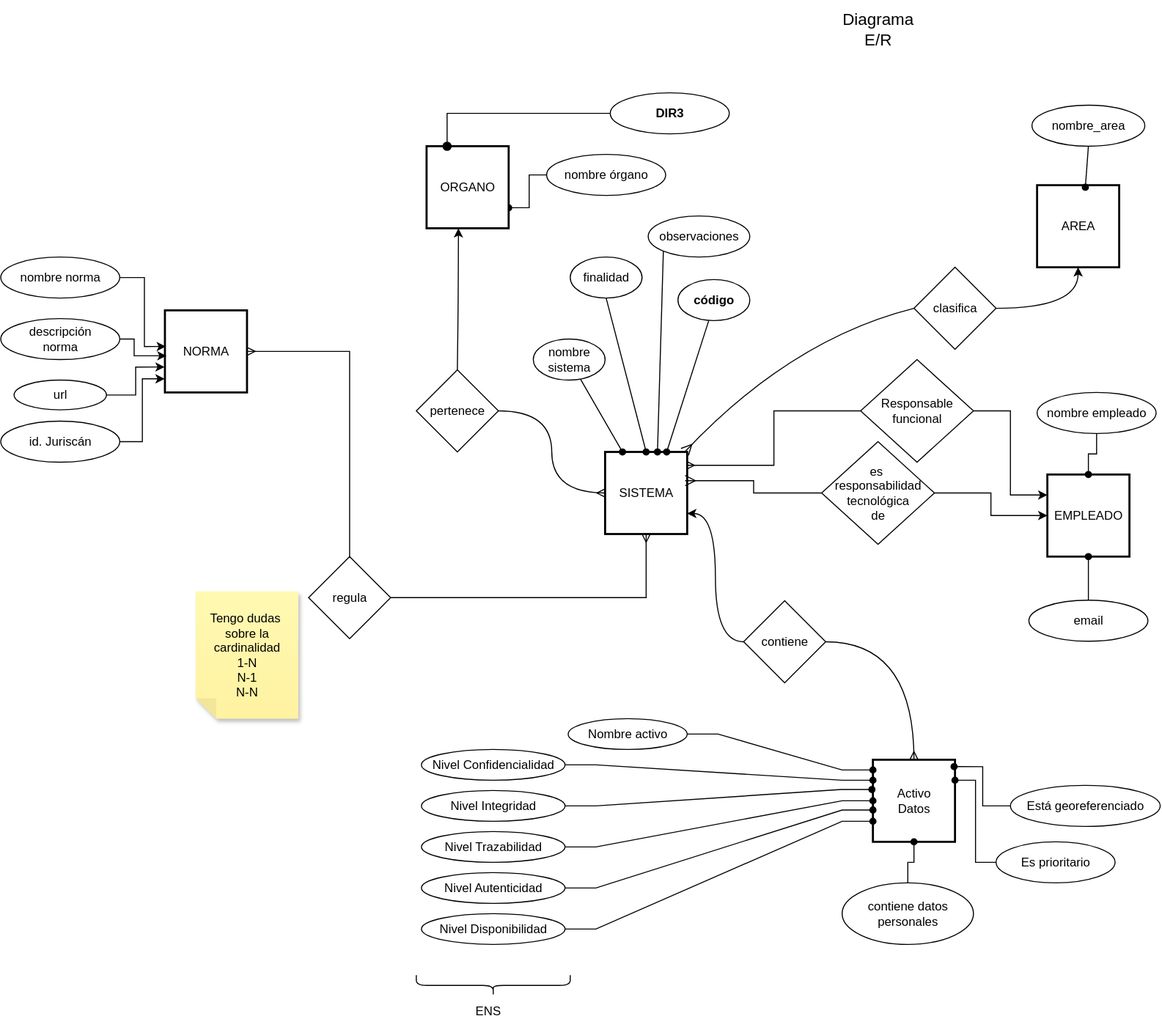
Earlier version of the draw.io export docs/ISIs.drawio.svg (euribates/issi). Source tidied: cells renumbered, new cells last; positions are measured from the earlier drawing's top-left corner, leaving out a move shared by most shapes.
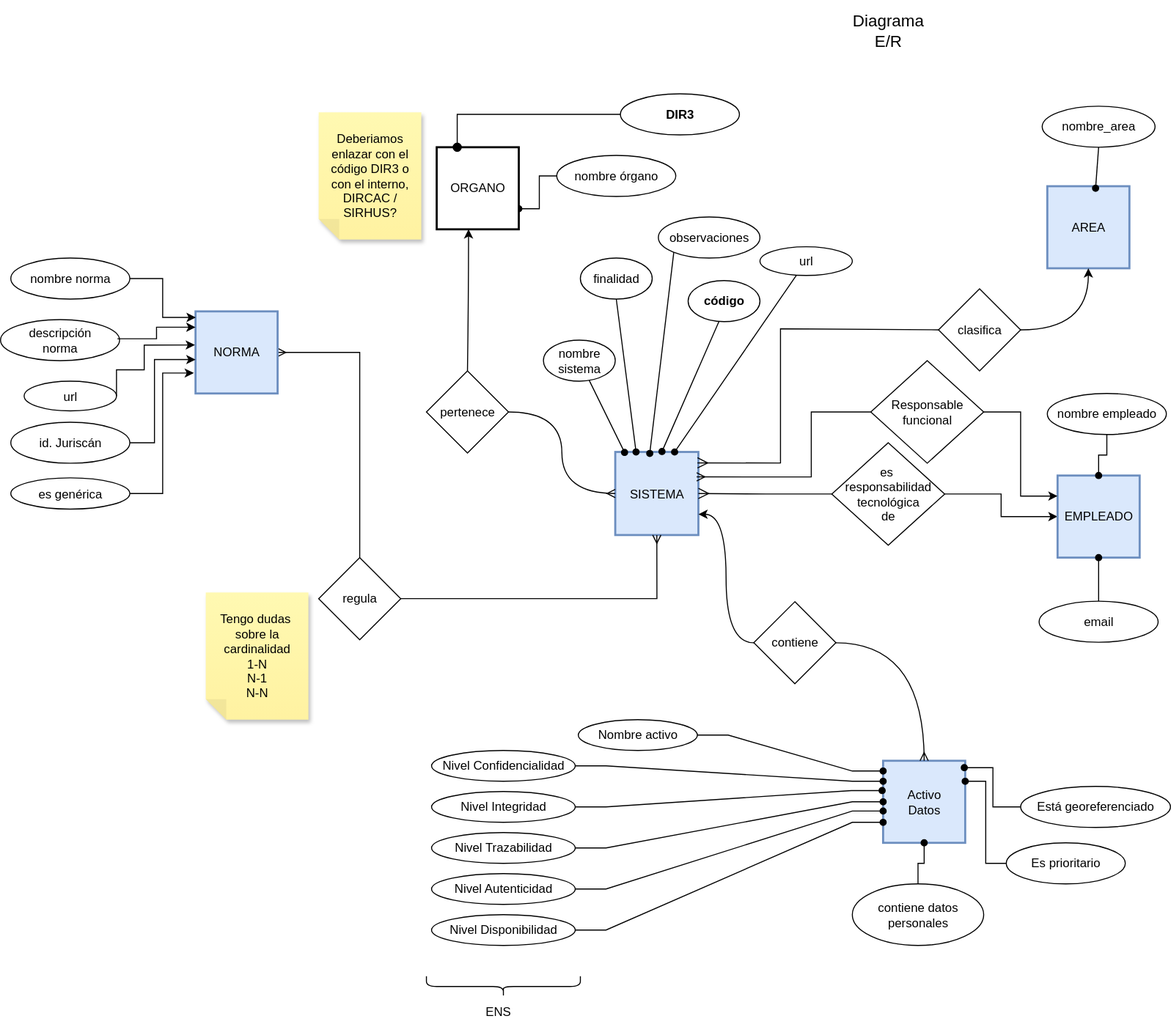
After the change.

Diff of the diagram source:
```diff
@@ -5,8 +5,8 @@
     <mxCell id="2" style="endArrow=none;html=1;rounded=0;strokeColor=none;edgeStyle=orthogonalEdgeStyle;curved=1;entryX=0;entryY=0.5;entryDx=0;entryDy=0;" parent="1" edge="1" source="3" target="26">
       <mxGeometry relative="1" as="geometry" />
     </mxCell>
-    <mxCell id="3" value="SISTEMA" style="whiteSpace=wrap;html=1;strokeWidth=2;" parent="1" vertex="1">
-      <mxGeometry x="589" y="441" width="80" height="80" as="geometry" />
+    <mxCell id="3" value="SISTEMA" style="whiteSpace=wrap;html=1;strokeWidth=2;fillColor=#dae8fc;strokeColor=#6c8ebf;" parent="1" vertex="1">
+      <mxGeometry x="589" y="440" width="81" height="81" as="geometry" />
     </mxCell>
     <mxCell id="4" value="&lt;div&gt;finalidad&lt;/div&gt;" style="ellipse;whiteSpace=wrap;html=1;" parent="1" vertex="1">
       <mxGeometry x="555" y="251" width="70" height="40" as="geometry" />
@@ -35,17 +35,19 @@
     <mxCell id="12" value="&lt;div&gt;&lt;br&gt;&lt;/div&gt;&lt;div&gt;&lt;br&gt;&lt;/div&gt;" style="edgeLabel;html=1;align=center;verticalAlign=middle;" parent="11" vertex="1">
       <mxGeometry x="0.52" y="-3" relative="1" as="geometry" />
     </mxCell>
-    <mxCell id="13" style="edgeStyle=none;curved=1;rounded=0;jettySize=auto;html=1;fontSize=12;startSize=8;endSize=8;exitX=0;exitY=0.5;exitDx=0;exitDy=0;exitPerimeter=0;endArrow=ERmany;endFill=0;" parent="1" edge="1" source="14" target="3">
+    <mxCell id="13" style="edgeStyle=orthogonalEdgeStyle;rounded=0;jettySize=auto;html=1;fontSize=12;startSize=8;endSize=8;exitX=0;exitY=0.5;exitDx=0;exitDy=0;exitPerimeter=0;endArrow=ERmany;endFill=0;entryX=0.989;entryY=0.132;entryDx=0;entryDy=0;entryPerimeter=0;" parent="1" edge="1" source="14" target="3">
       <mxGeometry relative="1" as="geometry">
         <Array as="points">
-          <mxPoint x="770" y="331" />
+          <mxPoint x="904" y="320" />
+          <mxPoint x="750" y="320" />
+          <mxPoint x="750" y="451" />
         </Array>
       </mxGeometry>
     </mxCell>
     <mxCell id="14" value="clasifica" style="rhombus;whiteSpace=wrap;html=1;" parent="1" vertex="1">
-      <mxGeometry x="890" y="261" width="80" height="80" as="geometry" />
+      <mxGeometry x="904" y="281" width="80" height="80" as="geometry" />
     </mxCell>
-    <mxCell id="15" value="AREA" style="whiteSpace=wrap;html=1;strokeWidth=2;" parent="1" vertex="1">
+    <mxCell id="15" value="AREA" style="whiteSpace=wrap;html=1;strokeWidth=2;fillColor=#dae8fc;strokeColor=#6c8ebf;" parent="1" vertex="1">
       <mxGeometry x="1010" y="181" width="80" height="80" as="geometry" />
     </mxCell>
     <mxCell id="16" value="nombre_area" style="ellipse;whiteSpace=wrap;html=1;" parent="1" vertex="1">
@@ -54,10 +56,10 @@
     <mxCell id="17" style="endArrow=none;html=1;rounded=0;exitX=0.588;exitY=0.025;exitDx=0;exitDy=0;exitPerimeter=0;entryX=0.5;entryY=1;entryDx=0;entryDy=0;endFill=0;startArrow=oval;startFill=1;" parent="1" edge="1" source="15" target="16">
       <mxGeometry relative="1" as="geometry" />
     </mxCell>
-    <mxCell id="18" style="endArrow=none;html=1;rounded=0;exitX=0.5;exitY=0;exitDx=0;exitDy=0;entryX=0.5;entryY=1;entryDx=0;entryDy=0;endFill=0;startArrow=oval;startFill=1;" parent="1" edge="1" source="3" target="4">
+    <mxCell id="18" style="endArrow=none;html=1;rounded=0;exitX=0.25;exitY=0;exitDx=0;exitDy=0;entryX=0.5;entryY=1;entryDx=0;entryDy=0;endFill=0;startArrow=oval;startFill=1;" parent="1" edge="1" source="3" target="4">
       <mxGeometry relative="1" as="geometry" />
     </mxCell>
-    <mxCell id="19" style="endArrow=none;html=1;rounded=0;exitX=0.638;exitY=0;exitDx=0;exitDy=0;entryX=0;entryY=1;entryDx=0;entryDy=0;exitPerimeter=0;endFill=0;startArrow=oval;startFill=1;" parent="1" edge="1" source="3" target="5">
+    <mxCell id="19" style="endArrow=none;html=1;rounded=0;exitX=0.415;exitY=0.018;exitDx=0;exitDy=0;entryX=0;entryY=1;entryDx=0;entryDy=0;exitPerimeter=0;endFill=0;startArrow=oval;startFill=1;" parent="1" edge="1" source="3" target="5">
       <mxGeometry relative="1" as="geometry" />
     </mxCell>
     <mxCell id="20" style="endArrow=classic;html=1;rounded=0;exitX=1;exitY=0.5;exitDx=0;exitDy=0;entryX=0.5;entryY=1;entryDx=0;entryDy=0;endFill=1;edgeStyle=orthogonalEdgeStyle;curved=1;" parent="1" edge="1" source="14" target="15">
@@ -69,12 +71,12 @@
     <mxCell id="22" value="código" style="ellipse;whiteSpace=wrap;html=1;fontStyle=1;" parent="1" vertex="1">
       <mxGeometry x="660" y="273" width="70" height="40" as="geometry" />
     </mxCell>
-    <mxCell id="23" style="endArrow=none;html=1;rounded=0;endFill=0;startArrow=oval;startFill=1;exitX=0.75;exitY=0;exitDx=0;exitDy=0;" parent="1" edge="1" source="3">
+    <mxCell id="23" style="endArrow=none;html=1;rounded=0;endFill=0;startArrow=oval;startFill=1;exitX=0.562;exitY=-0.005;exitDx=0;exitDy=0;exitPerimeter=0;" parent="1" edge="1" source="3">
       <mxGeometry relative="1" as="geometry">
         <mxPoint x="690" y="313" as="targetPoint" />
       </mxGeometry>
     </mxCell>
-    <mxCell id="24" style="edgeStyle=elbowEdgeStyle;rounded=0;jettySize=auto;html=1;entryX=0.975;entryY=0.35;entryDx=0;entryDy=0;fontSize=12;startSize=8;endSize=8;endArrow=ERmany;endFill=0;startArrow=none;startFill=0;entryPerimeter=0;" parent="1" edge="1" source="26" target="3">
+    <mxCell id="24" style="edgeStyle=elbowEdgeStyle;rounded=0;jettySize=auto;html=1;fontSize=12;startSize=8;endSize=8;endArrow=ERmany;endFill=0;startArrow=none;startFill=0;" parent="1" edge="1" source="26" target="3">
       <mxGeometry relative="1" as="geometry" />
     </mxCell>
     <mxCell id="25" style="edgeStyle=elbowEdgeStyle;rounded=0;jettySize=auto;html=1;entryX=0;entryY=0.5;entryDx=0;entryDy=0;exitX=1;exitY=0.5;exitDx=0;exitDy=0;" parent="1" edge="1" source="26" target="27">
@@ -87,7 +89,7 @@
     <mxCell id="26" value="&lt;div&gt;es&amp;nbsp;&lt;/div&gt;&lt;div&gt;responsabilidad&lt;/div&gt;&lt;div&gt;tecnológica&lt;/div&gt;&lt;div&gt;de&lt;/div&gt;" style="rhombus;whiteSpace=wrap;html=1;" parent="1" vertex="1">
       <mxGeometry x="800" y="431" width="110" height="100" as="geometry" />
     </mxCell>
-    <mxCell id="27" value="EMPLEADO" style="whiteSpace=wrap;html=1;strokeWidth=2;" parent="1" vertex="1">
+    <mxCell id="27" value="EMPLEADO" style="whiteSpace=wrap;html=1;strokeWidth=2;fillColor=#dae8fc;strokeColor=#6c8ebf;" parent="1" vertex="1">
       <mxGeometry x="1020" y="463" width="80" height="80" as="geometry" />
     </mxCell>
     <mxCell id="28" style="edgeStyle=orthogonalEdgeStyle;rounded=0;jettySize=auto;html=1;entryX=0.25;entryY=0;entryDx=0;entryDy=0;fontSize=12;startSize=8;endSize=8;endArrow=oval;endFill=1;" parent="1" edge="1" source="29" target="7">
@@ -108,7 +110,7 @@
     <mxCell id="33" value="&lt;div&gt;email&lt;/div&gt;" style="ellipse;whiteSpace=wrap;html=1;" parent="1" vertex="1">
       <mxGeometry x="1002" y="585.5" width="116" height="40" as="geometry" />
     </mxCell>
-    <mxCell id="34" value="&lt;div&gt;Activo&lt;/div&gt;&lt;div&gt;Datos&lt;/div&gt;" style="whiteSpace=wrap;html=1;strokeWidth=2;" parent="1" vertex="1">
+    <mxCell id="34" value="&lt;div&gt;Activo&lt;/div&gt;&lt;div&gt;Datos&lt;/div&gt;" style="whiteSpace=wrap;html=1;strokeWidth=2;fillColor=#dae8fc;strokeColor=#6c8ebf;" parent="1" vertex="1">
       <mxGeometry x="850" y="741" width="80" height="80" as="geometry" />
     </mxCell>
     <mxCell id="35" style="edgeStyle=orthogonalEdgeStyle;rounded=0;jettySize=auto;html=1;entryX=1;entryY=0.75;entryDx=0;entryDy=0;curved=1;" parent="1" edge="1" source="37" target="3">
@@ -134,7 +136,7 @@
     <mxCell id="41" value="&lt;div&gt;Nivel Confidencialidad&lt;/div&gt;" style="ellipse;whiteSpace=wrap;html=1;" parent="1" vertex="1">
       <mxGeometry x="410" y="731" width="140" height="30" as="geometry" />
     </mxCell>
-    <mxCell id="42" style="endArrow=none;html=1;rounded=0;endFill=0;startArrow=oval;startFill=1;" parent="1" edge="1" source="3" target="43">
+    <mxCell id="42" style="endArrow=none;html=1;rounded=0;endFill=0;startArrow=oval;startFill=1;exitX=0.112;exitY=0.006;exitDx=0;exitDy=0;exitPerimeter=0;" parent="1" edge="1" source="3" target="43">
       <mxGeometry relative="1" as="geometry" />
     </mxCell>
     <mxCell id="43" value="nombre sistema" style="ellipse;whiteSpace=wrap;html=1;" parent="1" vertex="1">
@@ -184,8 +186,13 @@
     <mxCell id="57" value="&lt;div&gt;Responsable&lt;/div&gt;&lt;div&gt;funcional&lt;/div&gt;" style="rhombus;whiteSpace=wrap;html=1;" parent="1" vertex="1">
       <mxGeometry x="838" y="351" width="110" height="100" as="geometry" />
     </mxCell>
-    <mxCell id="58" style="edgeStyle=orthogonalEdgeStyle;rounded=0;jettySize=auto;html=1;entryX=0.988;entryY=0.163;entryDx=0;entryDy=0;entryPerimeter=0;startArrow=none;startFill=0;endArrow=ERmany;endFill=0;" parent="1" edge="1" source="57" target="3">
-      <mxGeometry relative="1" as="geometry" />
+    <mxCell id="58" style="edgeStyle=orthogonalEdgeStyle;rounded=0;jettySize=auto;html=1;entryX=0.979;entryY=0.3;entryDx=0;entryDy=0;entryPerimeter=0;startArrow=none;startFill=0;endArrow=ERmany;endFill=0;" parent="1" edge="1" source="57" target="3">
+      <mxGeometry relative="1" as="geometry">
+        <Array as="points">
+          <mxPoint x="780" y="401" />
+          <mxPoint x="780" y="464" />
+        </Array>
+      </mxGeometry>
     </mxCell>
     <mxCell id="59" style="edgeStyle=orthogonalEdgeStyle;rounded=0;jettySize=auto;html=1;entryX=0.5;entryY=0;entryDx=0;entryDy=0;startArrow=ERmany;startFill=0;endArrow=none;endFill=0;exitX=1;exitY=0.5;exitDx=0;exitDy=0;" parent="1" edge="1" source="66" target="61">
       <mxGeometry relative="1" as="geometry">
@@ -212,14 +219,14 @@
     <mxCell id="65" style="edgeStyle=orthogonalEdgeStyle;rounded=0;jettySize=auto;html=1;entryX=0.989;entryY=0.084;entryDx=0;entryDy=0;entryPerimeter=0;endArrow=oval;endFill=1;" parent="1" edge="1" source="64" target="34">
       <mxGeometry relative="1" as="geometry" />
     </mxCell>
-    <mxCell id="66" value="NORMA" style="whiteSpace=wrap;html=1;strokeWidth=2;" parent="1" vertex="1">
-      <mxGeometry x="160" y="303" width="80" height="80" as="geometry" />
+    <mxCell id="66" value="NORMA" style="whiteSpace=wrap;html=1;strokeWidth=2;fillColor=#dae8fc;strokeColor=#6c8ebf;" parent="1" vertex="1">
+      <mxGeometry x="180" y="303" width="80" height="80" as="geometry" />
     </mxCell>
     <mxCell id="67" value="&lt;div&gt;nombre norma&lt;/div&gt;" style="ellipse;whiteSpace=wrap;html=1;" parent="1" vertex="1">
       <mxGeometry y="251" width="116" height="40" as="geometry" />
     </mxCell>
     <mxCell id="68" value="descripción&lt;br&gt;norma" style="ellipse;whiteSpace=wrap;html=1;" parent="1" vertex="1">
-      <mxGeometry y="311" width="116" height="40" as="geometry" />
+      <mxGeometry x="-10" y="311" width="116" height="40" as="geometry" />
     </mxCell>
     <mxCell id="69" value="url" style="ellipse;whiteSpace=wrap;html=1;" parent="1" vertex="1">
       <mxGeometry x="13" y="371" width="90" height="29" as="geometry" />
@@ -227,30 +234,45 @@
     <mxCell id="70" value="id. Juriscán" style="ellipse;whiteSpace=wrap;html=1;" parent="1" vertex="1">
       <mxGeometry y="411" width="116" height="40" as="geometry" />
     </mxCell>
-    <mxCell id="71" style="edgeStyle=orthogonalEdgeStyle;rounded=0;jettySize=auto;html=1;entryX=0.012;entryY=0.44;entryDx=0;entryDy=0;entryPerimeter=0;" parent="1" edge="1" source="67" target="66">
-      <mxGeometry relative="1" as="geometry">
-        <Array as="points">
-          <mxPoint x="140" y="271" />
-          <mxPoint x="140" y="338" />
-        </Array>
-      </mxGeometry>
+    <mxCell id="71" style="rounded=0;jettySize=auto;html=1;exitX=1;exitY=0.5;exitDx=0;exitDy=0;edgeStyle=elbowEdgeStyle;entryX=0.003;entryY=0.074;entryDx=0;entryDy=0;entryPerimeter=0;" parent="1" edge="1" source="67" target="66">
+      <mxGeometry relative="1" as="geometry" />
     </mxCell>
-    <mxCell id="72" style="edgeStyle=orthogonalEdgeStyle;rounded=0;jettySize=auto;html=1;entryX=0.02;entryY=0.554;entryDx=0;entryDy=0;entryPerimeter=0;" parent="1" edge="1" source="68" target="66">
-      <mxGeometry relative="1" as="geometry">
-        <Array as="points">
-          <mxPoint x="130" y="331" />
-          <mxPoint x="130" y="347" />
-        </Array>
-      </mxGeometry>
+    <mxCell id="72" style="edgeStyle=elbowEdgeStyle;rounded=0;jettySize=auto;html=1;entryX=0;entryY=0.193;entryDx=0;entryDy=0;entryPerimeter=0;exitX=0.982;exitY=0.467;exitDx=0;exitDy=0;exitPerimeter=0;" parent="1" edge="1" source="68" target="66">
+      <mxGeometry relative="1" as="geometry" />
     </mxCell>
-    <mxCell id="73" style="edgeStyle=orthogonalEdgeStyle;rounded=0;jettySize=auto;html=1;entryX=-0.003;entryY=0.69;entryDx=0;entryDy=0;entryPerimeter=0;" parent="1" edge="1" source="69" target="66">
-      <mxGeometry relative="1" as="geometry" />
+    <mxCell id="73" style="edgeStyle=orthogonalEdgeStyle;rounded=0;jettySize=auto;html=1;entryX=-0.007;entryY=0.409;entryDx=0;entryDy=0;entryPerimeter=0;exitX=1;exitY=0.5;exitDx=0;exitDy=0;" parent="1" edge="1" source="69" target="66">
+      <mxGeometry relative="1" as="geometry">
+        <Array as="points">
+          <mxPoint x="103" y="360" />
+          <mxPoint x="130" y="360" />
+          <mxPoint x="130" y="336" />
+        </Array>
+      </mxGeometry>
     </mxCell>
-    <mxCell id="74" style="edgeStyle=orthogonalEdgeStyle;rounded=0;jettySize=auto;html=1;entryX=-0.003;entryY=0.834;entryDx=0;entryDy=0;entryPerimeter=0;" parent="1" edge="1" source="70" target="66">
-      <mxGeometry relative="1" as="geometry" />
+    <mxCell id="74" style="edgeStyle=elbowEdgeStyle;rounded=0;jettySize=auto;html=1;entryX=0;entryY=0.587;entryDx=0;entryDy=0;entryPerimeter=0;exitX=1;exitY=0.5;exitDx=0;exitDy=0;" parent="1" edge="1" source="70" target="66">
+      <mxGeometry relative="1" as="geometry">
+        <Array as="points">
+          <mxPoint x="140" y="390" />
+        </Array>
+      </mxGeometry>
     </mxCell>
     <mxCell id="75" value="&lt;div&gt;Tengo dudas&amp;nbsp;&lt;/div&gt;&lt;div&gt;sobre la cardinalidad&lt;/div&gt;&lt;div&gt;1-N&lt;/div&gt;&lt;div&gt;N-1&lt;/div&gt;&lt;div&gt;N-N&lt;/div&gt;" style="shape=note;whiteSpace=wrap;html=1;backgroundOutline=1;fontColor=#000000;darkOpacity=0.05;fillColor=#FFF9B2;strokeColor=none;fillStyle=solid;direction=west;gradientDirection=north;gradientColor=#FFF2A1;shadow=1;size=20;" parent="1" vertex="1">
       <mxGeometry x="190" y="577" width="100" height="124" as="geometry" />
     </mxCell>
+    <mxCell id="76" value="Deberiamos enlazar con el código DIR3 o con el interno, DIRCAC / SIRHUS?" style="shape=note;whiteSpace=wrap;html=1;backgroundOutline=1;fontColor=#000000;darkOpacity=0.05;fillColor=#FFF9B2;strokeColor=none;fillStyle=solid;direction=west;gradientDirection=north;gradientColor=#FFF2A1;shadow=1;size=20;" parent="1" vertex="1">
+      <mxGeometry x="300" y="109" width="100" height="124" as="geometry" />
+    </mxCell>
+    <mxCell id="77" style="rounded=0;jettySize=auto;html=1;endArrow=oval;endFill=1;entryX=0.714;entryY=0.001;entryDx=0;entryDy=0;entryPerimeter=0;" parent="1" edge="1" source="78" target="3">
+      <mxGeometry relative="1" as="geometry" />
+    </mxCell>
+    <mxCell id="78" value="url" style="ellipse;whiteSpace=wrap;html=1;" parent="1" vertex="1">
+      <mxGeometry x="730" y="240" width="90" height="28" as="geometry" />
+    </mxCell>
+    <mxCell id="79" value="es genérica" style="ellipse;whiteSpace=wrap;html=1;" parent="1" vertex="1">
+      <mxGeometry y="465.2" width="116" height="30.5" as="geometry" />
+    </mxCell>
+    <mxCell id="80" style="edgeStyle=elbowEdgeStyle;rounded=0;jettySize=auto;html=1;entryX=-0.02;entryY=0.751;entryDx=0;entryDy=0;entryPerimeter=0;" parent="1" edge="1" source="79" target="66">
+      <mxGeometry relative="1" as="geometry" />
+    </mxCell>
   </root>
 </mxGraphModel>
```
